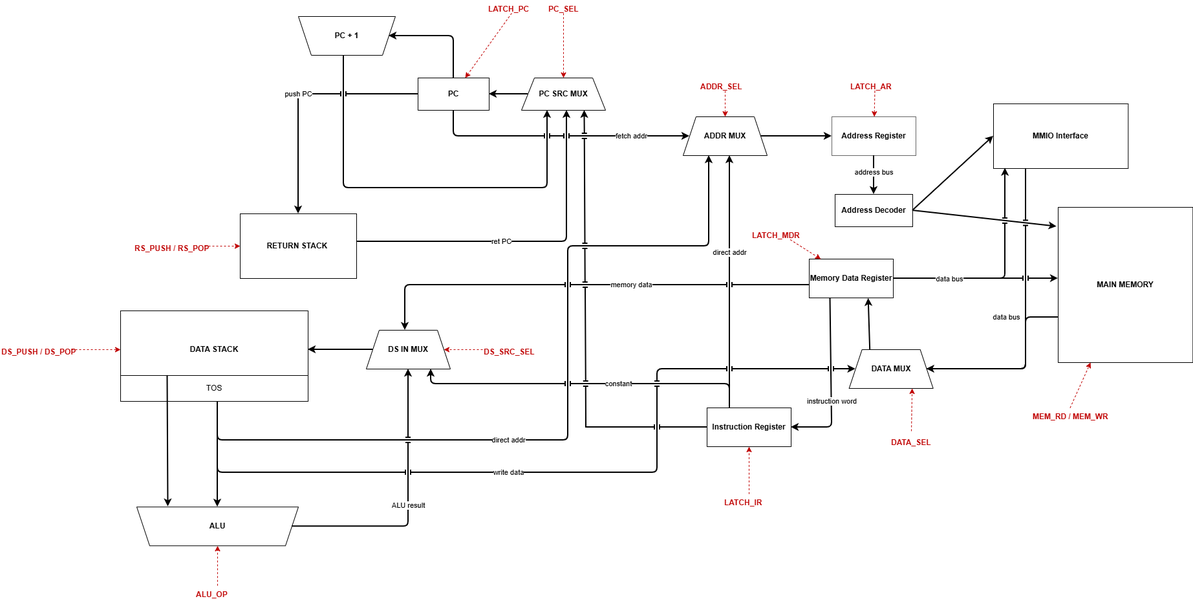
Before: static/DataPath.png, a diagram exported from draw.io (JustYoungJY/csa-lab4). Source tidied: cells renumbered, new cells last; positions are measured from the earlier drawing's top-left corner, leaving out a move shared by most shapes.
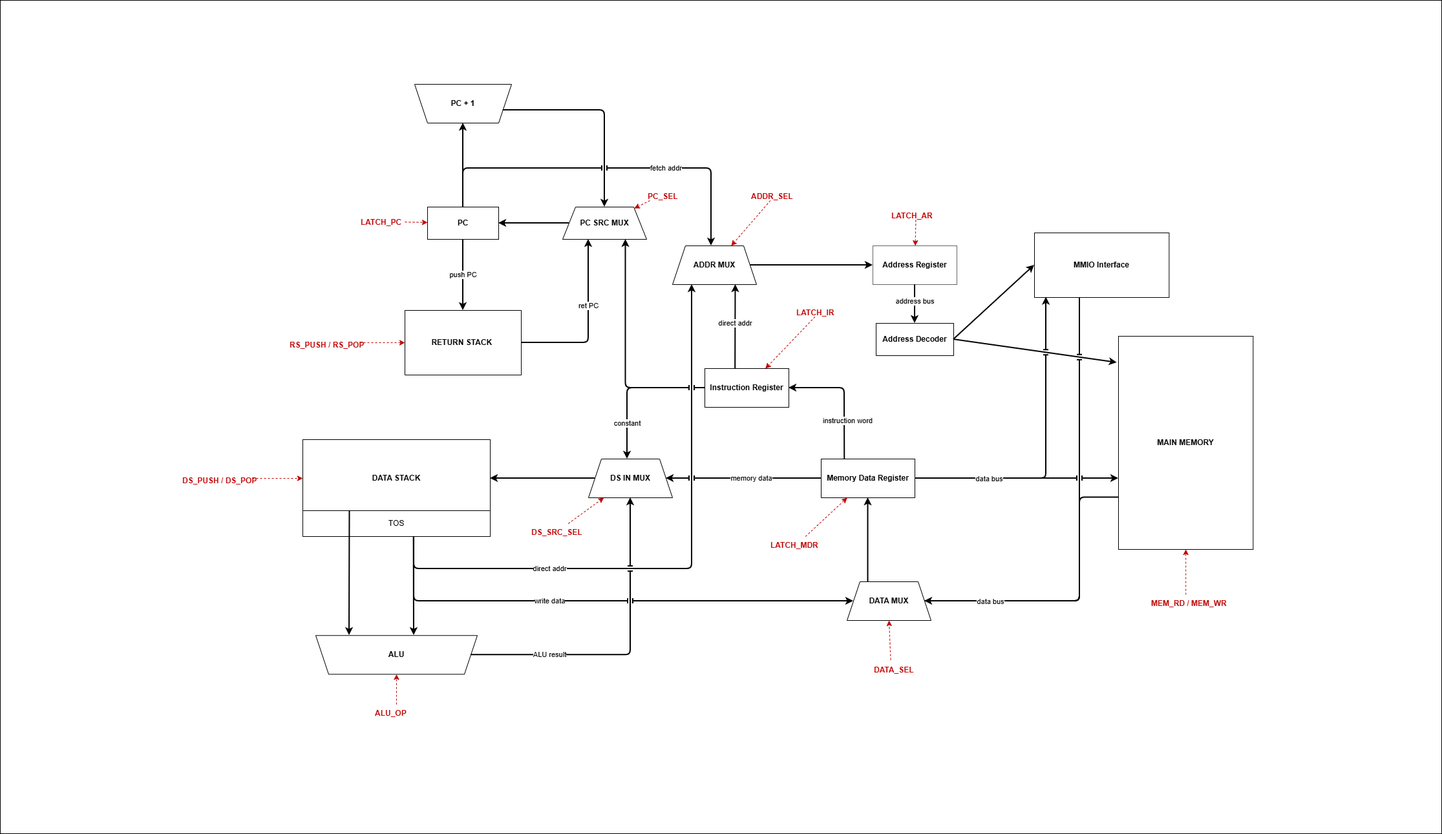
Above is the later version.

What changed in the source:
```diff
@@ -4,4 +4,7 @@
     <mxCell id="1" parent="0" />
+    <mxCell id="72" style="rounded=0;whiteSpace=wrap;html=1;" parent="1" vertex="1">
+      <mxGeometry x="-64" y="-200" width="2230" height="1290" as="geometry" />
+    </mxCell>
     <mxCell id="2" value="MAIN MEMORY" style="rounded=0;whiteSpace=wrap;html=1;fillColor=#FFFFFF;strokeColor=#000000;fontStyle=1;align=center;verticalAlign=middle;arcSize=15;" parent="1" vertex="1">
-      <mxGeometry x="1636" y="320" width="208.3" height="240" as="geometry" />
+      <mxGeometry x="1666" y="320" width="208.3" height="330" as="geometry" />
     </mxCell>
@@ -14,12 +17,12 @@
     <mxCell id="5" value="PC" style="rounded=0;whiteSpace=wrap;html=1;fillColor=#FFFFFF;strokeColor=#000000;fontStyle=1;arcSize=15;" parent="1" vertex="1">
-      <mxGeometry x="646" y="120" width="110" height="50" as="geometry" />
+      <mxGeometry x="597" y="120" width="110" height="50" as="geometry" />
     </mxCell>
     <mxCell id="6" value="PC + 1" style="shape=trapezoid;perimeter=trapezoidPerimeter;whiteSpace=wrap;html=1;fixedSize=1;fillColor=#FFFFFF;strokeColor=#000000;fontStyle=1;flipV=1;arcSize=15;" parent="1" vertex="1">
-      <mxGeometry x="461" y="25" width="150" height="60" as="geometry" />
+      <mxGeometry x="577" y="-70" width="150" height="60" as="geometry" />
     </mxCell>
     <mxCell id="7" value="RETURN STACK&amp;nbsp;" style="rounded=0;whiteSpace=wrap;html=1;fillColor=#FFFFFF;strokeColor=#000000;fontStyle=1;arcSize=15;" parent="1" vertex="1">
-      <mxGeometry x="371" y="330" width="180" height="100" as="geometry" />
+      <mxGeometry x="562" y="280" width="180" height="100" as="geometry" />
     </mxCell>
     <mxCell id="8" value="ADDR MUX" style="shape=trapezoid;perimeter=trapezoidPerimeter;whiteSpace=wrap;html=1;fixedSize=1;fillColor=#FFFFFF;strokeColor=#000000;fontStyle=1;arcSize=15;" parent="1" vertex="1">
-      <mxGeometry x="1056" y="180" width="130" height="60" as="geometry" />
+      <mxGeometry x="976" y="180" width="130" height="60" as="geometry" />
     </mxCell>
@@ -29,15 +32,15 @@
     <mxCell id="10" value="Memory Data Register" style="rounded=0;whiteSpace=wrap;html=1;fillColor=#FFFFFF;strokeColor=#000000;fontStyle=1;arcSize=15;" parent="1" vertex="1">
-      <mxGeometry x="1251" y="400" width="130" height="60" as="geometry" />
+      <mxGeometry x="1206" y="510" width="145" height="60" as="geometry" />
     </mxCell>
     <mxCell id="11" value="Instruction Register" style="rounded=0;whiteSpace=wrap;html=1;fillColor=#FFFFFF;strokeColor=#000000;fontStyle=1;arcSize=15;" parent="1" vertex="1">
-      <mxGeometry x="1093" y="630" width="130" height="60" as="geometry" />
+      <mxGeometry x="1026" y="370" width="130" height="60" as="geometry" />
     </mxCell>
     <mxCell id="12" value="DS IN MUX" style="shape=trapezoid;perimeter=trapezoidPerimeter;whiteSpace=wrap;html=1;fixedSize=1;fillColor=#FFFFFF;strokeColor=#000000;fontStyle=1;arcSize=15;" parent="1" vertex="1">
-      <mxGeometry x="566" y="510" width="130" height="60" as="geometry" />
+      <mxGeometry x="846" y="510" width="130" height="60" as="geometry" />
     </mxCell>
     <mxCell id="13" value="DATA STACK" style="rounded=0;whiteSpace=wrap;html=1;fillColor=#FFFFFF;strokeColor=#000000;fontStyle=1;arcSize=15;" parent="1" vertex="1">
-      <mxGeometry x="186" y="480" width="290" height="120" as="geometry" />
+      <mxGeometry x="404" y="480" width="290" height="120" as="geometry" />
     </mxCell>
     <mxCell id="14" value="ALU" style="shape=trapezoid;perimeter=trapezoidPerimeter;whiteSpace=wrap;html=1;fixedSize=1;fillColor=#FFFFFF;strokeColor=#000000;flipV=1;fontStyle=1;arcSize=15;" parent="1" vertex="1">
-      <mxGeometry x="211" y="783.2" width="250" height="60" as="geometry" />
+      <mxGeometry x="424" y="783.2" width="250" height="60" as="geometry" />
     </mxCell>
@@ -47,7 +50,3 @@
     <mxCell id="16" style="html=1;endArrow=classic;strokeWidth=2;jumpStyle=line;arcSize=15;" parent="1" edge="1" source="5" target="6">
-      <mxGeometry relative="1" as="geometry">
-        <Array as="points">
-          <mxPoint x="701" y="55" />
-        </Array>
-      </mxGeometry>
+      <mxGeometry relative="1" as="geometry" />
     </mxCell>
@@ -56,4 +55,3 @@
         <Array as="points">
-          <mxPoint x="531" y="290" />
-          <mxPoint x="846" y="290" />
+          <mxPoint x="871" y="-30" />
         </Array>
@@ -64,8 +62,7 @@
     </mxCell>
-    <mxCell id="19" value="ret PC" style="edgeStyle=orthogonalEdgeStyle;html=1;endArrow=classic;strokeWidth=2;jumpStyle=line;arcSize=15;" parent="1" edge="1" source="7" target="4">
-      <mxGeometry x="-0.15" relative="1" as="geometry">
+    <mxCell id="19" value="ret PC" style="edgeStyle=orthogonalEdgeStyle;html=1;endArrow=classic;strokeWidth=2;jumpStyle=line;arcSize=15;exitX=1;exitY=0.5;exitDx=0;exitDy=0;" parent="1" edge="1" source="7" target="4">
+      <mxGeometry x="0.22" relative="1" as="geometry">
         <Array as="points">
-          <mxPoint x="876" y="373" />
+          <mxPoint x="846" y="330" />
         </Array>
-        <mxPoint x="-1" as="offset" />
       </mxGeometry>
@@ -73,5 +70,6 @@
     <mxCell id="20" value="fetch addr" style="edgeStyle=orthogonalEdgeStyle;html=1;endArrow=classic;strokeWidth=2;jumpStyle=line;arcSize=15;" parent="1" edge="1" source="5" target="8">
-      <mxGeometry x="0.56" relative="1" as="geometry">
+      <mxGeometry x="0.33" relative="1" as="geometry">
         <Array as="points">
-          <mxPoint x="701" y="210" />
+          <mxPoint x="652" y="60" />
+          <mxPoint x="1036" y="60" />
         </Array>
@@ -79,7 +77,7 @@
     </mxCell>
-    <mxCell id="21" value="direct addr" style="edgeStyle=orthogonalEdgeStyle;html=1;endArrow=classic;strokeWidth=2;jumpStyle=line;arcSize=15;" parent="1" edge="1" source="11" target="8">
-      <mxGeometry x="0.23" relative="1" as="geometry">
+    <mxCell id="21" value="direct addr" style="edgeStyle=orthogonalEdgeStyle;html=1;endArrow=classic;strokeWidth=2;jumpStyle=line;arcSize=15;entryX=0.75;entryY=1;entryDx=0;entryDy=0;exitX=0.363;exitY=0.013;exitDx=0;exitDy=0;exitPerimeter=0;" parent="1" edge="1" source="11" target="8">
+      <mxGeometry x="0.08" relative="1" as="geometry">
         <Array as="points">
-          <mxPoint x="1128" y="410" />
-          <mxPoint x="1128" y="410" />
+          <mxPoint x="1073" y="349" />
+          <mxPoint x="1073" y="349" />
         </Array>
@@ -88,8 +86,6 @@
     <mxCell id="22" value="direct addr" style="edgeStyle=orthogonalEdgeStyle;html=1;endArrow=classic;strokeWidth=2;jumpStyle=line;arcSize=15;" parent="1" edge="1" source="13" target="8">
-      <mxGeometry x="-0.17" relative="1" as="geometry">
+      <mxGeometry x="-0.39" relative="1" as="geometry">
         <Array as="points">
-          <mxPoint x="336" y="680" />
-          <mxPoint x="878" y="680" />
-          <mxPoint x="878" y="380" />
-          <mxPoint x="1096" y="380" />
+          <mxPoint x="576" y="680" />
+          <mxPoint x="1006" y="680" />
         </Array>
@@ -97,12 +93,10 @@
     </mxCell>
-    <mxCell id="23" style="html=1;endArrow=classic;strokeWidth=2;jumpStyle=line;arcSize=15;" parent="1" edge="1" source="8" target="9">
+    <mxCell id="23" style="html=1;endArrow=classic;strokeWidth=2;jumpStyle=line;arcSize=15;exitX=1;exitY=0.5;exitDx=0;exitDy=0;" parent="1" edge="1" source="8" target="9">
       <mxGeometry relative="1" as="geometry" />
     </mxCell>
-    <mxCell id="24" value="data bus" style="edgeStyle=orthogonalEdgeStyle;html=1;endArrow=classic;strokeWidth=2;jumpStyle=line;entryX=1;entryY=0.5;entryDx=0;entryDy=0;startArrow=none;startFill=0;arcSize=15;endFill=1;" parent="1" edge="1" target="64">
-      <mxGeometry x="-0.64" y="-30" relative="1" as="geometry">
-        <mxPoint x="1637" y="490" as="sourcePoint" />
+    <mxCell id="24" style="edgeStyle=orthogonalEdgeStyle;html=1;endArrow=classic;strokeWidth=2;jumpStyle=line;entryX=1;entryY=0.5;entryDx=0;entryDy=0;startArrow=none;startFill=0;arcSize=15;endFill=1;exitX=0.004;exitY=0.756;exitDx=0;exitDy=0;exitPerimeter=0;" parent="1" edge="1" source="2" target="64">
+      <mxGeometry x="-0.75" relative="1" as="geometry">
         <Array as="points">
-          <mxPoint x="1637" y="490" />
-          <mxPoint x="1586" y="490" />
-          <mxPoint x="1586" y="570" />
+          <mxPoint x="1606" y="569" />
+          <mxPoint x="1606" y="730" />
         </Array>
@@ -110,6 +104,6 @@
     </mxCell>
-    <mxCell id="25" style="html=1;endArrow=classic;strokeWidth=2;exitX=0.25;exitY=1;exitDx=0;exitDy=0;jumpStyle=line;arcSize=15;" parent="1" edge="1" source="10" target="11">
+    <mxCell id="25" style="html=1;endArrow=classic;strokeWidth=2;exitX=0.25;exitY=0;exitDx=0;exitDy=0;jumpStyle=line;arcSize=15;" parent="1" edge="1" source="10" target="11">
       <mxGeometry relative="1" as="geometry">
         <Array as="points">
-          <mxPoint x="1286" y="660" />
+          <mxPoint x="1242" y="400" />
         </Array>
@@ -119,9 +113,10 @@
       <mxGeometry x="0.4" y="1" relative="1" as="geometry">
-        <mxPoint x="-1" y="-25" as="offset" />
+        <mxPoint x="32" y="49" as="offset" />
       </mxGeometry>
     </mxCell>
-    <mxCell id="27" value="memory data" style="edgeStyle=orthogonalEdgeStyle;html=1;endArrow=classic;strokeWidth=2;jumpStyle=line;arcSize=15;" parent="1" edge="1" source="10" target="12">
-      <mxGeometry x="-0.21" relative="1" as="geometry">
+    <mxCell id="27" value="memory data" style="edgeStyle=orthogonalEdgeStyle;html=1;endArrow=classic;strokeWidth=2;jumpStyle=line;arcSize=15;entryX=1;entryY=0.5;entryDx=0;entryDy=0;exitX=0;exitY=0.5;exitDx=0;exitDy=0;" parent="1" edge="1" source="10" target="12">
+      <mxGeometry x="-0.1" relative="1" as="geometry">
         <Array as="points">
-          <mxPoint x="626" y="440" />
+          <mxPoint x="1196" y="540" />
+          <mxPoint x="1196" y="540" />
         </Array>
@@ -129,7 +124,7 @@
     </mxCell>
-    <mxCell id="28" value="constant" style="edgeStyle=orthogonalEdgeStyle;html=1;endArrow=classic;strokeWidth=2;jumpStyle=line;arcSize=15;" parent="1" edge="1" source="11" target="12">
-      <mxGeometry x="-0.2" relative="1" as="geometry">
+    <mxCell id="28" value="constant" style="edgeStyle=orthogonalEdgeStyle;html=1;endArrow=classic;strokeWidth=2;jumpStyle=line;arcSize=15;exitX=0;exitY=0.5;exitDx=0;exitDy=0;" parent="1" edge="1" source="11">
+      <mxGeometry x="0.52" relative="1" as="geometry">
+        <mxPoint x="906" y="510" as="targetPoint" />
         <Array as="points">
-          <mxPoint x="1128" y="593" />
-          <mxPoint x="666" y="593" />
+          <mxPoint x="906" y="400" />
         </Array>
@@ -141,10 +136,8 @@
     <mxCell id="30" value="ALU result" style="edgeStyle=orthogonalEdgeStyle;html=1;endArrow=classic;strokeWidth=2;jumpStyle=line;arcSize=15;" parent="1" edge="1" source="14" target="12">
-      <mxGeometry relative="1" as="geometry" />
+      <mxGeometry x="-0.5" relative="1" as="geometry" />
     </mxCell>
     <mxCell id="31" value="write data" style="edgeStyle=orthogonalEdgeStyle;html=1;endArrow=classic;strokeWidth=2;jumpStyle=line;arcSize=15;entryX=0;entryY=0.5;entryDx=0;entryDy=0;" parent="1" edge="1" source="13" target="64">
-      <mxGeometry x="-0.09" relative="1" as="geometry">
+      <mxGeometry x="-0.16" relative="1" as="geometry">
         <Array as="points">
-          <mxPoint x="336" y="730" />
-          <mxPoint x="1016" y="730" />
-          <mxPoint x="1016" y="570" />
+          <mxPoint x="576" y="730" />
         </Array>
@@ -153,3 +146,3 @@
     <mxCell id="32" value="&amp;nbsp; &amp;nbsp;PC_SEL" style="text;html=1;strokeColor=none;fillColor=none;fontColor=#c00000;fontStyle=1;arcSize=15;" parent="1" vertex="1">
-      <mxGeometry x="836" width="70" height="20" as="geometry" />
+      <mxGeometry x="926" y="90" width="70" height="20" as="geometry" />
     </mxCell>
@@ -159,3 +152,3 @@
     <mxCell id="34" value="LATCH_PC" style="text;html=1;strokeColor=none;fillColor=none;fontColor=#c00000;fontStyle=1;arcSize=15;" parent="1" vertex="1">
-      <mxGeometry x="753" width="90" height="20" as="geometry" />
+      <mxGeometry x="492" y="130" width="70" height="25" as="geometry" />
     </mxCell>
@@ -165,3 +158,3 @@
     <mxCell id="36" value="ADDR_SEL" style="text;html=1;strokeColor=none;fillColor=none;fontColor=#c00000;fontStyle=1;arcSize=15;" parent="1" vertex="1">
-      <mxGeometry x="1081" y="120" width="80" height="20" as="geometry" />
+      <mxGeometry x="1096" y="90" width="80" height="20" as="geometry" />
     </mxCell>
@@ -177,3 +170,3 @@
     <mxCell id="40" value="LATCH_MDR" style="text;html=1;strokeColor=none;fillColor=none;fontColor=#c00000;fontStyle=1;arcSize=15;" parent="1" vertex="1">
-      <mxGeometry x="1161" y="350" width="90" height="20" as="geometry" />
+      <mxGeometry x="1126" y="630" width="90" height="20" as="geometry" />
     </mxCell>
@@ -183,3 +176,3 @@
     <mxCell id="42" value="LATCH_IR" style="text;html=1;strokeColor=none;fillColor=none;fontColor=#c00000;fontStyle=1;arcSize=15;" parent="1" vertex="1">
-      <mxGeometry x="1118" y="763.2" width="80" height="20" as="geometry" />
+      <mxGeometry x="1166" y="270" width="80" height="20" as="geometry" />
     </mxCell>
@@ -189,3 +182,3 @@
     <mxCell id="44" value="DS_SRC_SEL" style="text;html=1;strokeColor=none;fillColor=none;fontColor=#c00000;fontStyle=1;arcSize=15;" parent="1" vertex="1">
-      <mxGeometry x="746" y="530" width="90" height="20" as="geometry" />
+      <mxGeometry x="756" y="610" width="90" height="20" as="geometry" />
     </mxCell>
@@ -195,3 +188,3 @@
     <mxCell id="46" value="DS_PUSH / DS_POP" style="text;html=1;strokeColor=none;fillColor=none;fontColor=#c00000;fontStyle=1;arcSize=15;" parent="1" vertex="1">
-      <mxGeometry y="530" width="110" height="20" as="geometry" />
+      <mxGeometry x="216" y="530" width="110" height="20" as="geometry" />
     </mxCell>
@@ -201,3 +194,3 @@
     <mxCell id="48" value="RS_PUSH / RS_POP" style="text;html=1;strokeColor=none;fillColor=none;fontColor=#c00000;fontStyle=1;arcSize=15;" parent="1" vertex="1">
-      <mxGeometry x="206" y="370" width="110" height="20" as="geometry" />
+      <mxGeometry x="382" y="320" width="110" height="20" as="geometry" />
     </mxCell>
@@ -207,3 +200,3 @@
     <mxCell id="50" value="ALU_OP" style="text;html=1;strokeColor=none;fillColor=none;fontColor=#c00000;fontStyle=1;arcSize=15;" parent="1" vertex="1">
-      <mxGeometry x="301" y="905" width="70" height="20" as="geometry" />
+      <mxGeometry x="514" y="890" width="70" height="20" as="geometry" />
     </mxCell>
@@ -213,3 +206,3 @@
     <mxCell id="52" value="MEM_RD / MEM_WR" style="text;html=1;strokeColor=none;fillColor=none;fontColor=#c00000;fontStyle=1;arcSize=15;" parent="1" vertex="1">
-      <mxGeometry x="1595" y="630" width="110" height="20" as="geometry" />
+      <mxGeometry x="1715.2" y="720" width="110" height="20" as="geometry" />
     </mxCell>
@@ -219,9 +212,10 @@
     <mxCell id="54" value="TOS" style="rounded=0;whiteSpace=wrap;html=1;arcSize=15;" parent="1" vertex="1">
-      <mxGeometry x="186" y="580" width="290" height="40" as="geometry" />
+      <mxGeometry x="404" y="590" width="290" height="40" as="geometry" />
     </mxCell>
-    <mxCell id="55" style="edgeStyle=orthogonalEdgeStyle;html=1;endArrow=classic;strokeWidth=2;entryX=0.5;entryY=0;entryDx=0;entryDy=0;jumpStyle=line;arcSize=15;" parent="1" edge="1" target="14">
+    <mxCell id="55" style="edgeStyle=orthogonalEdgeStyle;html=1;endArrow=classic;strokeWidth=2;jumpStyle=line;arcSize=15;exitX=0.592;exitY=1.003;exitDx=0;exitDy=0;exitPerimeter=0;" parent="1" edge="1" source="54">
       <mxGeometry relative="1" as="geometry">
-        <mxPoint x="336" y="620" as="sourcePoint" />
+        <mxPoint x="576" y="783" as="targetPoint" />
         <Array as="points">
-          <mxPoint x="336" y="620" />
+          <mxPoint x="576" y="710" />
+          <mxPoint x="576" y="710" />
         </Array>
@@ -246,4 +240,6 @@
     </mxCell>
-    <mxCell id="61" style="endArrow=classic;html=1;rounded=0;exitX=0.25;exitY=0;exitDx=0;exitDy=0;entryX=0.194;entryY=1.008;entryDx=0;entryDy=0;entryPerimeter=0;strokeWidth=2;arcSize=15;" parent="1" edge="1" source="54" target="14">
-      <mxGeometry relative="1" as="geometry" />
+    <mxCell id="61" style="endArrow=classic;html=1;rounded=0;exitX=0.25;exitY=0;exitDx=0;exitDy=0;strokeWidth=2;arcSize=15;" parent="1" edge="1" source="54">
+      <mxGeometry relative="1" as="geometry">
+        <mxPoint x="476" y="783" as="targetPoint" />
+      </mxGeometry>
     </mxCell>
@@ -251,6 +247,6 @@
       <mxGeometry x="0.1" relative="1" as="geometry">
-        <mxPoint x="1586" y="260" as="sourcePoint" />
+        <mxPoint x="1606" y="260" as="sourcePoint" />
         <Array as="points">
-          <mxPoint x="1586" y="260" />
-          <mxPoint x="1586" y="570" />
+          <mxPoint x="1606" y="260" />
+          <mxPoint x="1606" y="730" />
         </Array>
@@ -258,13 +254,14 @@
     </mxCell>
+    <mxCell id="73" value="data bus" style="edgeLabel;html=1;align=center;verticalAlign=middle;" parent="62" vertex="1">
+      <mxGeometry x="0.62" y="-2" relative="1" as="geometry">
+        <mxPoint x="-33" y="2" as="offset" />
+      </mxGeometry>
+    </mxCell>
-    <mxCell id="63" style="endArrow=classic;html=1;rounded=0;strokeWidth=2;exitX=0;exitY=0.5;exitDx=0;exitDy=0;entryX=0.75;entryY=1;entryDx=0;entryDy=0;jumpStyle=line;arcSize=15;" parent="1" edge="1" source="11" target="4">
-      <mxGeometry relative="1" as="geometry">
-        <Array as="points">
-          <mxPoint x="906" y="660" />
-        </Array>
-      </mxGeometry>
+    <mxCell id="63" style="endArrow=classic;html=1;rounded=1;strokeWidth=2;exitX=0;exitY=0.5;exitDx=0;exitDy=0;entryX=0.75;entryY=1;entryDx=0;entryDy=0;jumpStyle=line;arcSize=15;edgeStyle=orthogonalEdgeStyle;curved=0;" parent="1" edge="1" source="11" target="4">
+      <mxGeometry relative="1" as="geometry" />
     </mxCell>
     <mxCell id="64" value="DATA MUX" style="shape=trapezoid;perimeter=trapezoidPerimeter;whiteSpace=wrap;html=1;fixedSize=1;fillColor=#FFFFFF;strokeColor=#000000;fontStyle=1;arcSize=15;" parent="1" vertex="1">
-      <mxGeometry x="1312.7" y="540" width="130" height="60" as="geometry" />
+      <mxGeometry x="1246" y="700" width="130" height="60" as="geometry" />
     </mxCell>
-    <mxCell id="65" style="html=1;endArrow=classic;strokeWidth=2;exitX=0.25;exitY=0;exitDx=0;exitDy=0;jumpStyle=line;arcSize=15;entryX=0.705;entryY=1.012;entryDx=0;entryDy=0;entryPerimeter=0;" parent="1" edge="1" source="64" target="10">
+    <mxCell id="65" style="html=1;endArrow=classic;strokeWidth=2;exitX=0.25;exitY=0;exitDx=0;exitDy=0;jumpStyle=line;arcSize=15;entryX=0.5;entryY=1;entryDx=0;entryDy=0;" parent="1" edge="1" source="64" target="10">
       <mxGeometry relative="1" as="geometry" />
@@ -277,5 +274,5 @@
     <mxCell id="67" value="DATA_SEL" style="text;html=1;strokeColor=none;fillColor=none;fontColor=#c00000;fontStyle=1;arcSize=15;" parent="1" vertex="1">
-      <mxGeometry x="1376" y="670" width="90" height="20" as="geometry" />
+      <mxGeometry x="1286" y="823.2" width="90" height="20" as="geometry" />
     </mxCell>
-    <mxCell id="68" style="html=1;endArrow=classic;strokeColor=#c00000;dashed=1;arcSize=15;entryX=0.75;entryY=1;entryDx=0;entryDy=0;exitX=0.367;exitY=-0.2;exitDx=0;exitDy=0;exitPerimeter=0;" parent="1" edge="1" source="67" target="64">
+    <mxCell id="68" style="html=1;endArrow=classic;strokeColor=#c00000;dashed=1;arcSize=15;entryX=0.5;entryY=1;entryDx=0;entryDy=0;exitX=0.306;exitY=-0.108;exitDx=0;exitDy=0;exitPerimeter=0;" parent="1" edge="1" source="67" target="64">
       <mxGeometry relative="1" as="geometry" />
@@ -285,3 +282,3 @@
         <Array as="points">
-          <mxPoint x="1554" y="430" />
+          <mxPoint x="1554" y="540" />
         </Array>
@@ -289,9 +286,4 @@
     </mxCell>
-    <mxCell id="70" style="edgeStyle=orthogonalEdgeStyle;html=1;endArrow=classic;strokeWidth=2;jumpStyle=line;exitX=1;exitY=0.5;exitDx=0;exitDy=0;startArrow=none;startFill=0;arcSize=15;endFill=1;entryX=0;entryY=0.458;entryDx=0;entryDy=0;entryPerimeter=0;" parent="1" edge="1" source="10" target="2">
-      <mxGeometry x="-0.7" y="-30" relative="1" as="geometry">
-        <Array as="points">
-          <mxPoint x="1626" y="430" />
-          <mxPoint x="1626" y="430" />
-        </Array>
-      </mxGeometry>
+    <mxCell id="70" style="edgeStyle=orthogonalEdgeStyle;html=1;endArrow=classic;strokeWidth=2;jumpStyle=line;exitX=1;exitY=0.5;exitDx=0;exitDy=0;startArrow=none;startFill=0;arcSize=15;endFill=1;entryX=0;entryY=0.667;entryDx=0;entryDy=0;entryPerimeter=0;" parent="1" edge="1" source="10" target="2">
+      <mxGeometry x="-0.7" y="-30" relative="1" as="geometry" />
     </mxCell>
@@ -299,3 +291,3 @@
       <mxGeometry x="-0.34" y="6" relative="1" as="geometry">
-        <mxPoint x="2" y="6" as="offset" />
+        <mxPoint x="11" y="6" as="offset" />
       </mxGeometry>
```
